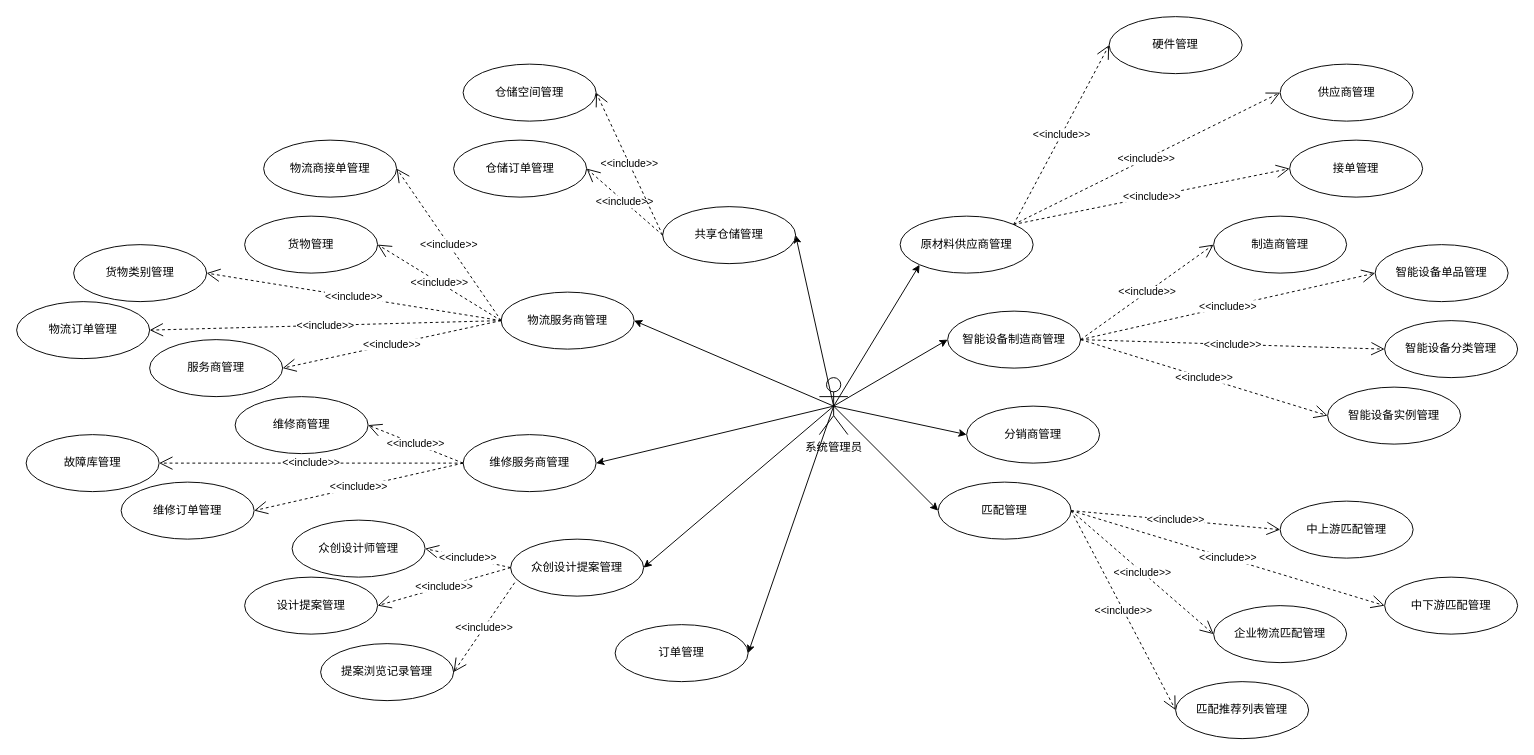
The draw.io diagram 毕设/用例图.drawio in 2919282119/charts, before the edit. Source tidied: cells renumbered, new cells numbered last; positions are measured from the earlier drawing's top-left corner, leaving out a move shared by most shapes. Both pictures are drawn from the tidied source at 95%, with x=0, y=0 at pixel (16, 16).
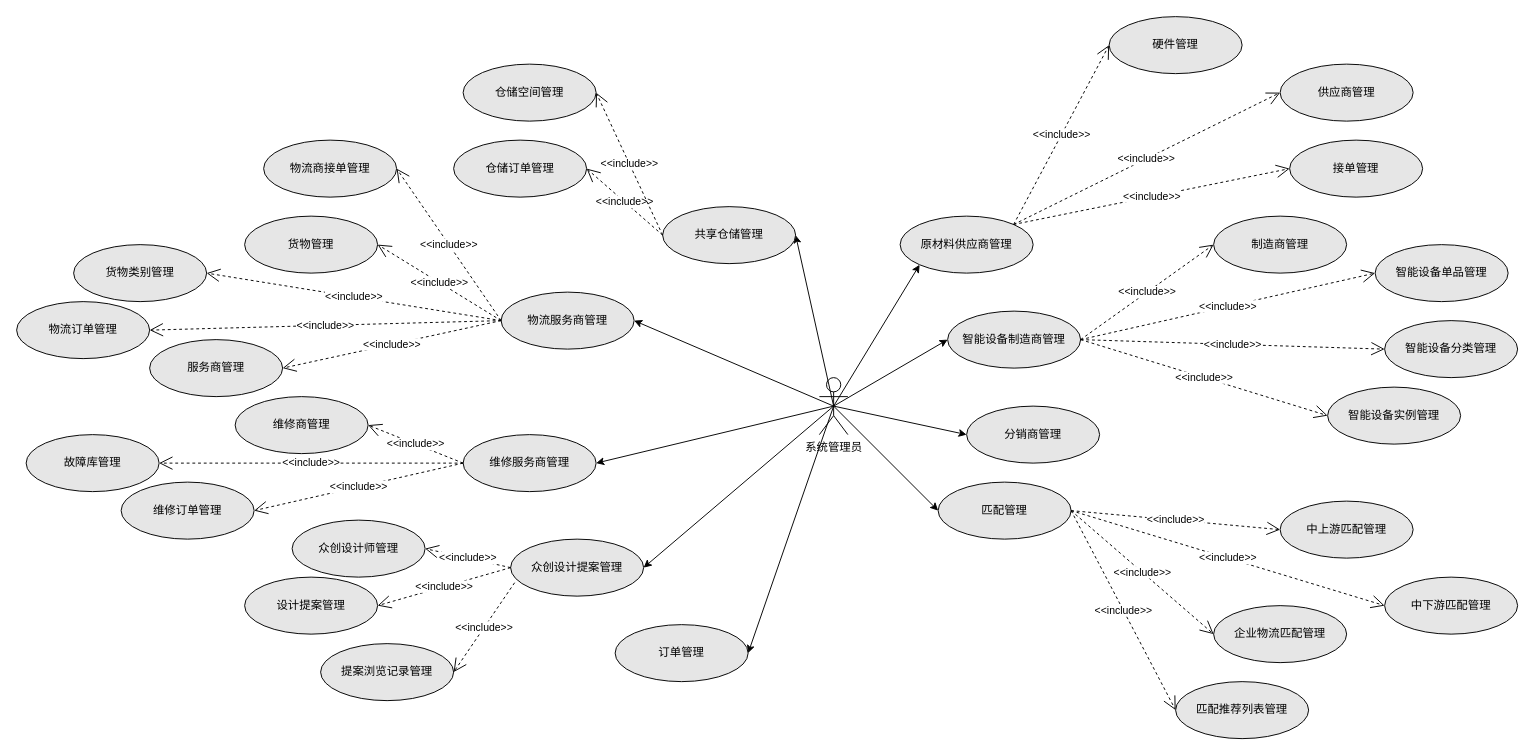
Above is the later version.

Commit message (it also covers changes not shown here):
更新用例图.drawio

The edit, as a diff of the source:
```diff
@@
-    <mxCell id="4" value="原材料供应商管理" style="ellipse;whiteSpace=wrap;html=1;" parent="1" vertex="1">
+    <mxCell id="4" value="原材料供应商管理" style="ellipse;whiteSpace=wrap;html=1;fillColor=#E6E6E6;" parent="1" vertex="1">
       <mxGeometry x="930" y="210" width="140" height="60" as="geometry" />
     </mxCell>
@@
-    <mxCell id="6" value="匹配管理" style="ellipse;whiteSpace=wrap;html=1;" parent="1" vertex="1">
+    <mxCell id="6" value="匹配管理" style="ellipse;whiteSpace=wrap;html=1;fillColor=#E6E6E6;" parent="1" vertex="1">
       <mxGeometry x="970" y="490" width="140" height="60" as="geometry" />
     </mxCell>
@@
-    <mxCell id="8" value="分销商管理" style="ellipse;whiteSpace=wrap;html=1;" parent="1" vertex="1">
+    <mxCell id="8" value="分销商管理" style="ellipse;whiteSpace=wrap;html=1;fillColor=#E6E6E6;" parent="1" vertex="1">
       <mxGeometry x="1000" y="410" width="140" height="60" as="geometry" />
     </mxCell>
@@
-    <mxCell id="10" value="智能设备制造商管理" style="ellipse;whiteSpace=wrap;html=1;" parent="1" vertex="1">
+    <mxCell id="10" value="智能设备制造商管理" style="ellipse;whiteSpace=wrap;html=1;fillColor=#E6E6E6;" parent="1" vertex="1">
       <mxGeometry x="980" y="310" width="140" height="60" as="geometry" />
     </mxCell>
@@
-    <mxCell id="12" value="订单管理" style="ellipse;whiteSpace=wrap;html=1;" parent="1" vertex="1">
+    <mxCell id="12" value="订单管理" style="ellipse;whiteSpace=wrap;html=1;fillColor=#E6E6E6;" parent="1" vertex="1">
       <mxGeometry x="630" y="640" width="140" height="60" as="geometry" />
     </mxCell>
@@
-    <mxCell id="14" value="众创设计提案管理" style="ellipse;whiteSpace=wrap;html=1;" parent="1" vertex="1">
+    <mxCell id="14" value="众创设计提案管理" style="ellipse;whiteSpace=wrap;html=1;fillColor=#E6E6E6;" parent="1" vertex="1">
       <mxGeometry x="520" y="550" width="140" height="60" as="geometry" />
     </mxCell>
@@
-    <mxCell id="16" value="维修服务商管理" style="ellipse;whiteSpace=wrap;html=1;" parent="1" vertex="1">
+    <mxCell id="16" value="维修服务商管理" style="ellipse;whiteSpace=wrap;html=1;fillColor=#E6E6E6;" parent="1" vertex="1">
       <mxGeometry x="470" y="440" width="140" height="60" as="geometry" />
     </mxCell>
@@
-    <mxCell id="18" value="物流服务商管理" style="ellipse;whiteSpace=wrap;html=1;" parent="1" vertex="1">
+    <mxCell id="18" value="物流服务商管理" style="ellipse;whiteSpace=wrap;html=1;fillColor=#E6E6E6;" parent="1" vertex="1">
       <mxGeometry x="510" y="290" width="140" height="60" as="geometry" />
     </mxCell>
@@
-    <mxCell id="20" value="共享仓储管理" style="ellipse;whiteSpace=wrap;html=1;" parent="1" vertex="1">
+    <mxCell id="20" value="共享仓储管理" style="ellipse;whiteSpace=wrap;html=1;fillColor=#E6E6E6;" parent="1" vertex="1">
       <mxGeometry x="680" y="200" width="140" height="60" as="geometry" />
     </mxCell>
@@
-    <mxCell id="22" value="提案浏览记录管理" style="ellipse;whiteSpace=wrap;html=1;" parent="1" vertex="1">
+    <mxCell id="22" value="提案浏览记录管理" style="ellipse;whiteSpace=wrap;html=1;fillColor=#E6E6E6;" parent="1" vertex="1">
       <mxGeometry x="320" y="660" width="140" height="60" as="geometry" />
     </mxCell>
@@
-    <mxCell id="24" value="匹配推荐列表管理" style="ellipse;whiteSpace=wrap;html=1;" parent="1" vertex="1">
+    <mxCell id="24" value="匹配推荐列表管理" style="ellipse;whiteSpace=wrap;html=1;fillColor=#E6E6E6;" parent="1" vertex="1">
       <mxGeometry x="1220" y="700" width="140" height="60" as="geometry" />
     </mxCell>
@@
-    <mxCell id="26" value="企业物流匹配管理" style="ellipse;whiteSpace=wrap;html=1;" parent="1" vertex="1">
+    <mxCell id="26" value="企业物流匹配管理" style="ellipse;whiteSpace=wrap;html=1;fillColor=#E6E6E6;" parent="1" vertex="1">
       <mxGeometry x="1260" y="620" width="140" height="60" as="geometry" />
     </mxCell>
@@
-    <mxCell id="28" value="中下游匹配管理" style="ellipse;whiteSpace=wrap;html=1;" parent="1" vertex="1">
+    <mxCell id="28" value="中下游匹配管理" style="ellipse;whiteSpace=wrap;html=1;fillColor=#E6E6E6;" parent="1" vertex="1">
       <mxGeometry x="1440" y="590" width="140" height="60" as="geometry" />
     </mxCell>
@@
-    <mxCell id="30" value="中上游匹配管理" style="ellipse;whiteSpace=wrap;html=1;" parent="1" vertex="1">
+    <mxCell id="30" value="中上游匹配管理" style="ellipse;whiteSpace=wrap;html=1;fillColor=#E6E6E6;" parent="1" vertex="1">
       <mxGeometry x="1330" y="510" width="140" height="60" as="geometry" />
     </mxCell>
@@
-    <mxCell id="32" value="智能设备实例管理" style="ellipse;whiteSpace=wrap;html=1;" parent="1" vertex="1">
+    <mxCell id="32" value="智能设备实例管理" style="ellipse;whiteSpace=wrap;html=1;fillColor=#E6E6E6;" parent="1" vertex="1">
       <mxGeometry x="1380" y="390" width="140" height="60" as="geometry" />
     </mxCell>
@@
-    <mxCell id="34" value="智能设备分类管理" style="ellipse;whiteSpace=wrap;html=1;" parent="1" vertex="1">
+    <mxCell id="34" value="智能设备分类管理" style="ellipse;whiteSpace=wrap;html=1;fillColor=#E6E6E6;" parent="1" vertex="1">
       <mxGeometry x="1440" y="320" width="140" height="60" as="geometry" />
     </mxCell>
@@
-    <mxCell id="36" value="智能设备单品管理" style="ellipse;whiteSpace=wrap;html=1;" parent="1" vertex="1">
+    <mxCell id="36" value="智能设备单品管理" style="ellipse;whiteSpace=wrap;html=1;fillColor=#E6E6E6;" parent="1" vertex="1">
       <mxGeometry x="1430" y="240" width="140" height="60" as="geometry" />
     </mxCell>
@@
-    <mxCell id="38" value="制造商管理" style="ellipse;whiteSpace=wrap;html=1;" parent="1" vertex="1">
+    <mxCell id="38" value="制造商管理" style="ellipse;whiteSpace=wrap;html=1;fillColor=#E6E6E6;" parent="1" vertex="1">
       <mxGeometry x="1260" y="210" width="140" height="60" as="geometry" />
     </mxCell>
@@
-    <mxCell id="40" value="接单管理" style="ellipse;whiteSpace=wrap;html=1;" parent="1" vertex="1">
+    <mxCell id="40" value="接单管理" style="ellipse;whiteSpace=wrap;html=1;fillColor=#E6E6E6;" parent="1" vertex="1">
       <mxGeometry x="1340" y="130" width="140" height="60" as="geometry" />
     </mxCell>
@@
-    <mxCell id="42" value="供应商管理" style="ellipse;whiteSpace=wrap;html=1;" parent="1" vertex="1">
+    <mxCell id="42" value="供应商管理" style="ellipse;whiteSpace=wrap;html=1;fillColor=#E6E6E6;" parent="1" vertex="1">
       <mxGeometry x="1330" y="50" width="140" height="60" as="geometry" />
     </mxCell>
@@
-    <mxCell id="44" value="硬件管理" style="ellipse;whiteSpace=wrap;html=1;" parent="1" vertex="1">
+    <mxCell id="44" value="硬件管理" style="ellipse;whiteSpace=wrap;html=1;fillColor=#E6E6E6;" parent="1" vertex="1">
       <mxGeometry x="1150" width="140" height="60" as="geometry" />
     </mxCell>
@@
-    <mxCell id="46" value="设计提案管理" style="ellipse;whiteSpace=wrap;html=1;" parent="1" vertex="1">
+    <mxCell id="46" value="设计提案管理" style="ellipse;whiteSpace=wrap;html=1;fillColor=#E6E6E6;" parent="1" vertex="1">
       <mxGeometry x="240" y="590" width="140" height="60" as="geometry" />
     </mxCell>
@@
-    <mxCell id="48" value="众创设计师管理" style="ellipse;whiteSpace=wrap;html=1;" parent="1" vertex="1">
+    <mxCell id="48" value="众创设计师管理" style="ellipse;whiteSpace=wrap;html=1;fillColor=#E6E6E6;" parent="1" vertex="1">
       <mxGeometry x="290" y="530" width="140" height="60" as="geometry" />
     </mxCell>
@@
-    <mxCell id="50" value="维修订单管理" style="ellipse;whiteSpace=wrap;html=1;" parent="1" vertex="1">
+    <mxCell id="50" value="维修订单管理" style="ellipse;whiteSpace=wrap;html=1;fillColor=#E6E6E6;" parent="1" vertex="1">
       <mxGeometry x="110" y="490" width="140" height="60" as="geometry" />
     </mxCell>
@@
-    <mxCell id="52" value="故障库管理" style="ellipse;whiteSpace=wrap;html=1;" parent="1" vertex="1">
+    <mxCell id="52" value="故障库管理" style="ellipse;whiteSpace=wrap;html=1;fillColor=#E6E6E6;" parent="1" vertex="1">
       <mxGeometry x="10" y="440" width="140" height="60" as="geometry" />
     </mxCell>
@@
-    <mxCell id="54" value="维修商管理" style="ellipse;whiteSpace=wrap;html=1;" parent="1" vertex="1">
+    <mxCell id="54" value="维修商管理" style="ellipse;whiteSpace=wrap;html=1;fillColor=#E6E6E6;" parent="1" vertex="1">
       <mxGeometry x="230" y="400" width="140" height="60" as="geometry" />
     </mxCell>
@@
-    <mxCell id="56" value="服务商管理" style="ellipse;whiteSpace=wrap;html=1;" parent="1" vertex="1">
+    <mxCell id="56" value="服务商管理" style="ellipse;whiteSpace=wrap;html=1;fillColor=#E6E6E6;" parent="1" vertex="1">
       <mxGeometry x="140" y="340" width="140" height="60" as="geometry" />
     </mxCell>
@@
-    <mxCell id="58" value="物流订单管理" style="ellipse;whiteSpace=wrap;html=1;" parent="1" vertex="1">
+    <mxCell id="58" value="物流订单管理" style="ellipse;whiteSpace=wrap;html=1;fillColor=#E6E6E6;" parent="1" vertex="1">
       <mxGeometry y="300" width="140" height="60" as="geometry" />
     </mxCell>
@@
-    <mxCell id="60" value="货物类别管理" style="ellipse;whiteSpace=wrap;html=1;" parent="1" vertex="1">
+    <mxCell id="60" value="货物类别管理" style="ellipse;whiteSpace=wrap;html=1;fillColor=#E6E6E6;" parent="1" vertex="1">
       <mxGeometry x="60" y="240" width="140" height="60" as="geometry" />
     </mxCell>
@@
-    <mxCell id="62" value="货物管理" style="ellipse;whiteSpace=wrap;html=1;" parent="1" vertex="1">
+    <mxCell id="62" value="货物管理" style="ellipse;whiteSpace=wrap;html=1;fillColor=#E6E6E6;" parent="1" vertex="1">
       <mxGeometry x="240" y="210" width="140" height="60" as="geometry" />
     </mxCell>
@@
-    <mxCell id="64" value="物流商接单管理" style="ellipse;whiteSpace=wrap;html=1;" parent="1" vertex="1">
+    <mxCell id="64" value="物流商接单管理" style="ellipse;whiteSpace=wrap;html=1;fillColor=#E6E6E6;" parent="1" vertex="1">
       <mxGeometry x="260" y="130" width="140" height="60" as="geometry" />
     </mxCell>
@@
-    <mxCell id="66" value="仓储订单管理" style="ellipse;whiteSpace=wrap;html=1;" parent="1" vertex="1">
+    <mxCell id="66" value="仓储订单管理" style="ellipse;whiteSpace=wrap;html=1;fillColor=#E6E6E6;" parent="1" vertex="1">
       <mxGeometry x="460" y="130" width="140" height="60" as="geometry" />
     </mxCell>
@@
-    <mxCell id="68" value="仓储空间管理" style="ellipse;whiteSpace=wrap;html=1;" parent="1" vertex="1">
+    <mxCell id="68" value="仓储空间管理" style="ellipse;whiteSpace=wrap;html=1;fillColor=#E6E6E6;" parent="1" vertex="1">
       <mxGeometry x="470" y="50" width="140" height="60" as="geometry" />
     </mxCell>
```
